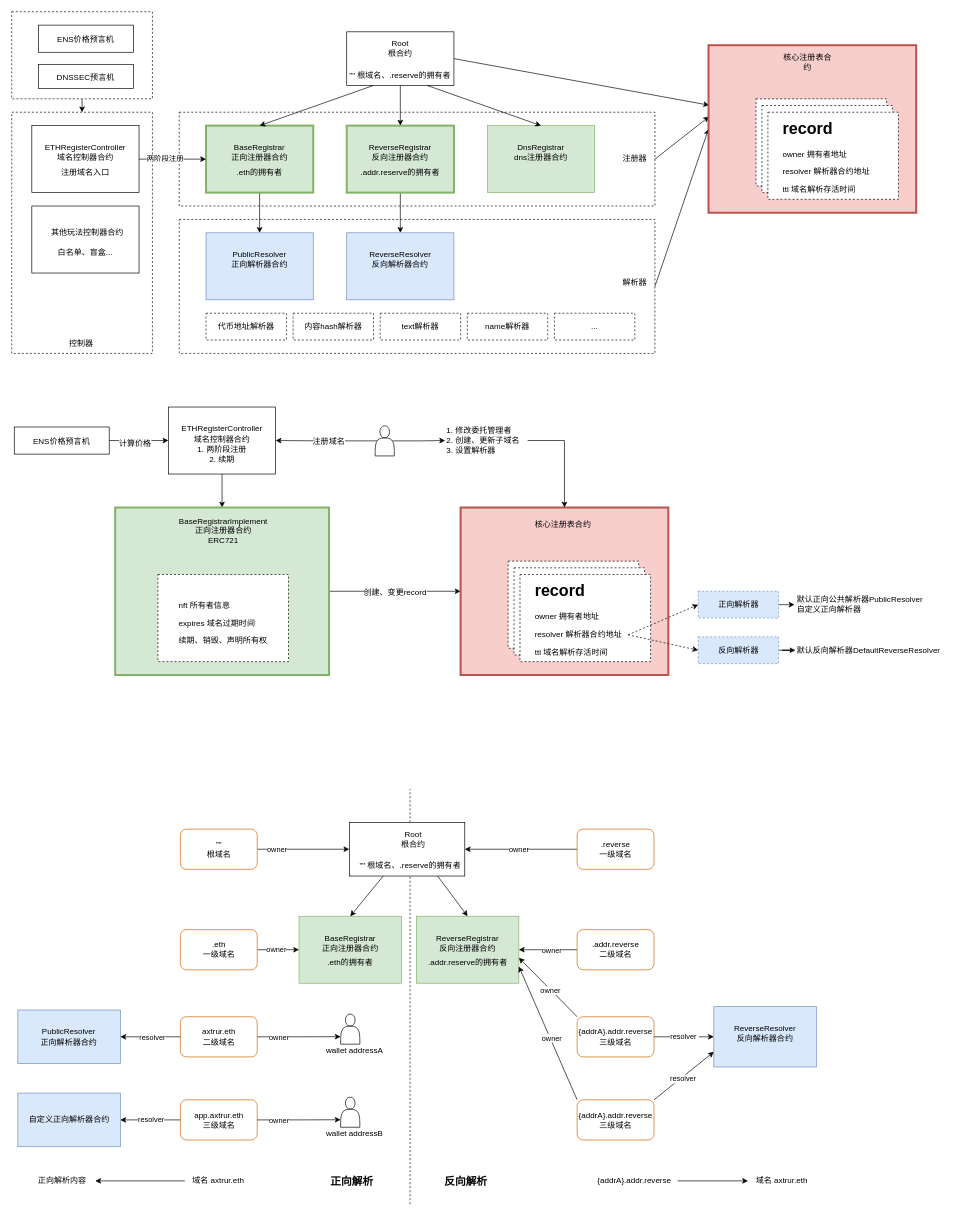
Before: web3-analysis-ens.drawio in axtrur/resource, a draw.io diagram. Source tidied: cells renumbered, new cells numbered last; positions are measured from the earlier drawing's top-left corner, leaving out a move shared by most shapes. Both pictures are drawn from the tidied source at 67%, with x=0, y=0 at pixel (11, 11).
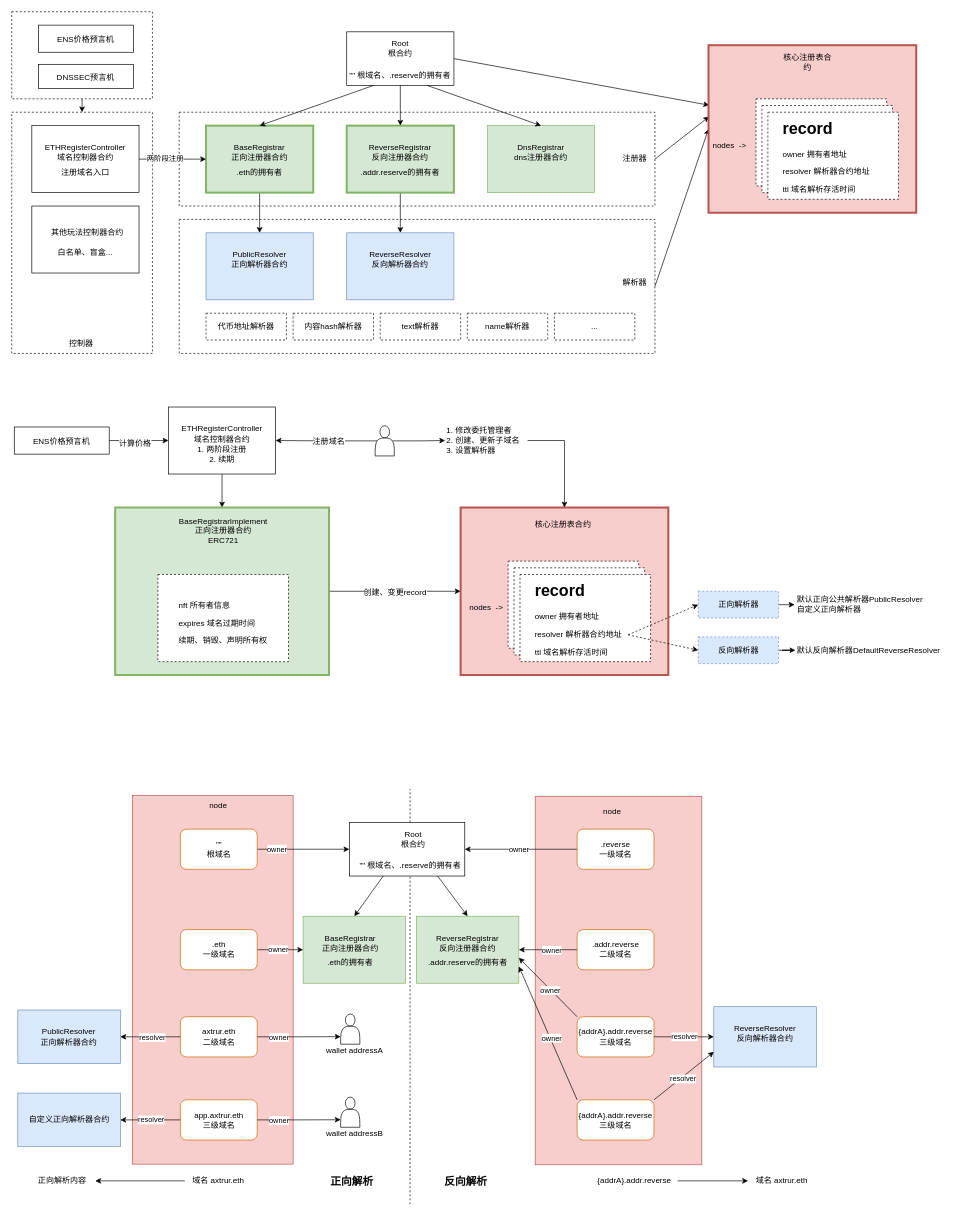
After the change.

The change refers to these unchanged cells:
```xml
<mxCell id="89" value="{addrA}.addr.reverse&lt;br&gt;三级域名" style="rounded=1;whiteSpace=wrap;html=1;strokeColor=#CC6600;" parent="1" vertex="1">
  <mxGeometry x="843.9" y="1500" width="114.7" height="60" as="geometry" />
</mxCell>
<mxCell id="109" style="rounded=0;whiteSpace=wrap;html=1;fillColor=#dae8fc;strokeColor=#6c8ebf;" parent="1" vertex="1">
  <mxGeometry x="1047.9" y="1485" width="153" height="90" as="geometry" />
</mxCell>
```

Diff of the diagram source:
```diff
@@
+    <mxCell id="148" style="rounded=0;whiteSpace=wrap;html=1;strokeWidth=1;fillColor=#f8cecc;strokeColor=#b85450;" parent="1" vertex="1">
+      <mxGeometry x="781.3" y="1171" width="248.7" height="550" as="geometry" />
+    </mxCell>
+    <mxCell id="149" style="rounded=0;whiteSpace=wrap;html=1;strokeWidth=1;fillColor=#f8cecc;strokeColor=#b85450;" parent="1" vertex="1">
+      <mxGeometry x="180" y="1170" width="240" height="550" as="geometry" />
+    </mxCell>
@@
     <mxCell id="65" style="rounded=0;whiteSpace=wrap;html=1;fontStyle=0;fillColor=#d5e8d4;strokeColor=#82b366;" parent="1" vertex="1">
-      <mxGeometry x="428.8" y="1350" width="153" height="100" as="geometry" />
+      <mxGeometry x="434.9" y="1350" width="153" height="100" as="geometry" />
     </mxCell>
@@
-    <mxCell id="111" value="resolver&lt;span style=&quot;white-space: pre;&quot;&gt; &lt;/span&gt;" style="edgeStyle=orthogonalEdgeStyle;rounded=0;jettySize=auto;html=1;exitX=1;exitY=0.5;exitDx=0;exitDy=0;" parent="1" edge="1" source="89" target="109">
+    <mxCell id="111" value="resolver" style="edgeStyle=orthogonalEdgeStyle;rounded=0;jettySize=auto;html=1;exitX=1;exitY=0.5;exitDx=0;exitDy=0;" parent="1" edge="1" source="89" target="109">
       <mxGeometry relative="1" as="geometry" />
     </mxCell>
@@
+    <mxCell id="150" value="nodes&amp;nbsp; -&amp;gt;" style="text;html=1;strokeColor=none;fillColor=none;align=center;verticalAlign=middle;whiteSpace=wrap;rounded=0;" parent="1" vertex="1">
+      <mxGeometry x="669.2" y="875" width="78.6" height="30" as="geometry" />
+    </mxCell>
+    <mxCell id="151" value="nodes&amp;nbsp; -&amp;gt;" style="text;html=1;strokeColor=none;fillColor=none;align=center;verticalAlign=middle;whiteSpace=wrap;rounded=0;" parent="1" vertex="1">
+      <mxGeometry x="1032.3" y="185" width="78.6" height="30" as="geometry" />
+    </mxCell>
+    <mxCell id="152" value="node" style="text;html=1;strokeColor=none;fillColor=none;align=center;verticalAlign=middle;whiteSpace=wrap;rounded=0;" parent="1" vertex="1">
+      <mxGeometry x="269.1" y="1170" width="78.6" height="30" as="geometry" />
+    </mxCell>
+    <mxCell id="153" value="node" style="text;html=1;strokeColor=none;fillColor=none;align=center;verticalAlign=middle;whiteSpace=wrap;rounded=0;" parent="1" vertex="1">
+      <mxGeometry x="857.1" y="1179" width="78.6" height="30" as="geometry" />
+    </mxCell>
```
